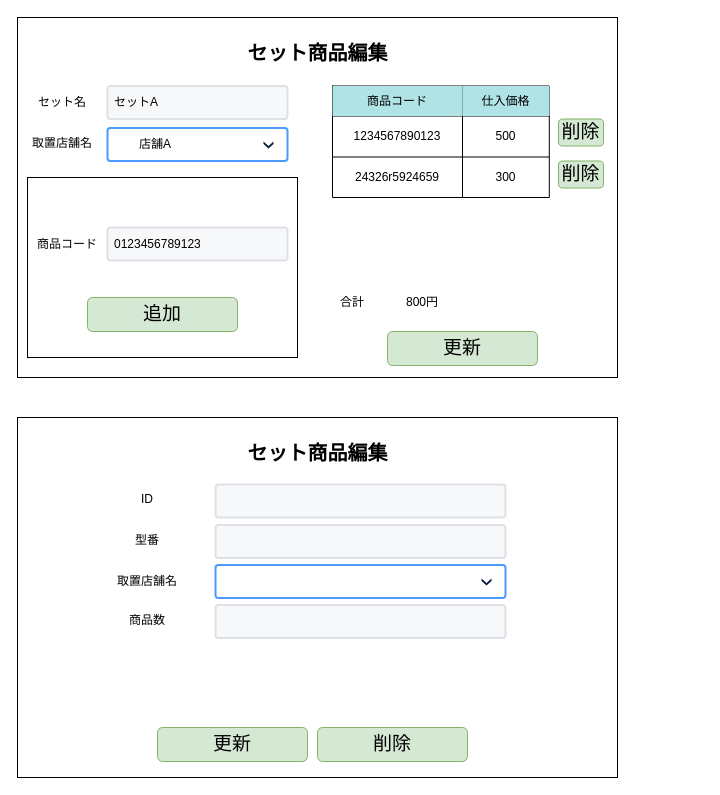
Earlier version of the draw.io diagram page "S07-04 セット商品編集" (4 of 4) of 各種設計書/6.画面設計書/S07_在庫.drawio (HaruShim/Sotuken). Source tidied: cells renumbered, new cells numbered last; positions are measured from the earlier drawing's top-left corner, leaving out a move shared by most shapes. Both pictures are drawn from the tidied source at 100%, with x=0, y=0 at pixel (17, 17).
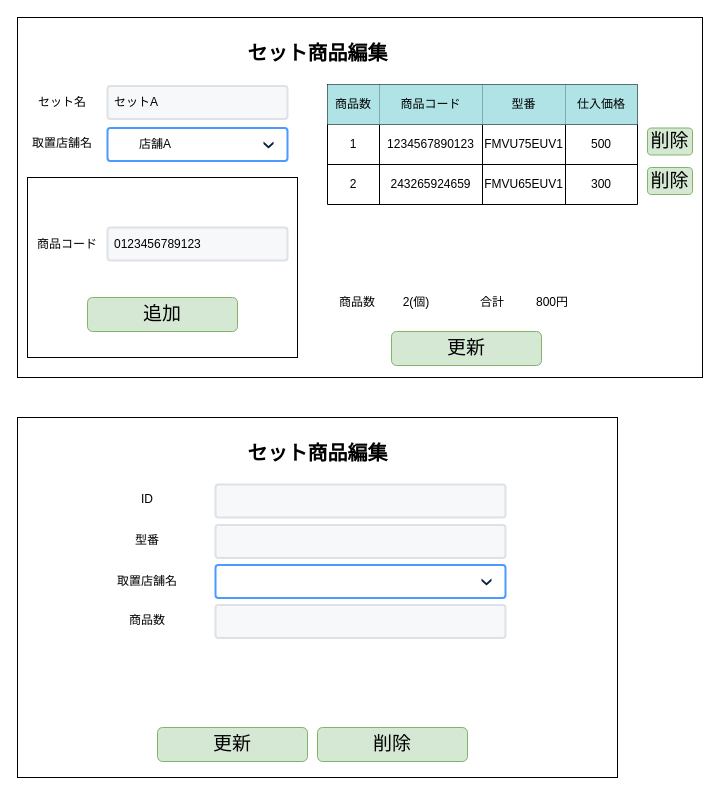
The same page after the edit.

Unchanged cells that the change refers to:
```xml
<mxCell id="11" value="店舗A" style="rounded=1;arcSize=9;fillColor=#ffffff;strokeColor=#4C9AFF;html=1;strokeWidth=2;spacingLeft=30;fontColor=#000000;align=left;" parent="1" vertex="1">
  <mxGeometry x="90" y="110.5" width="180" height="33" as="geometry" />
</mxCell>
```

What changed in the source:
```diff
@@
-    <mxCell id="2" style="rounded=0;whiteSpace=wrap;html=1;" parent="1" vertex="1">
-      <mxGeometry width="600" height="360" as="geometry" />
-    </mxCell>
+    <mxCell id="44" style="rounded=0;whiteSpace=wrap;html=1;" parent="1" vertex="1">
+      <mxGeometry width="685" height="360" as="geometry" />
+    </mxCell>
@@
     <mxCell id="4" value="&lt;span style=&quot;font-size: 19px&quot;&gt;更新&lt;/span&gt;" style="rounded=1;whiteSpace=wrap;html=1;align=center;labelBackgroundColor=none;fillColor=#d5e8d4;strokeColor=#82b366;" parent="1" vertex="1">
-      <mxGeometry x="370" y="314" width="150" height="34" as="geometry" />
+      <mxGeometry x="374" y="314" width="150" height="34" as="geometry" />
     </mxCell>
-    <mxCell id="5" style="rounded=0;whiteSpace=wrap;html=1;fillColor=none;" parent="1" vertex="1">
-      <mxGeometry x="10" y="160" width="270" height="180" as="geometry" />
-    </mxCell>
-    <mxCell id="6" value="&lt;span style=&quot;font-size: 19px&quot;&gt;追加&lt;/span&gt;" style="rounded=1;whiteSpace=wrap;html=1;align=center;labelBackgroundColor=none;fillColor=#d5e8d4;strokeColor=#82b366;" parent="1" vertex="1">
-      <mxGeometry x="70" y="280" width="150" height="34" as="geometry" />
-    </mxCell>
-    <mxCell id="7" style="rounded=0;whiteSpace=wrap;html=1;fillColor=none;" parent="1" vertex="1">
-      <mxGeometry x="10" y="160" width="270" height="180" as="geometry" />
-    </mxCell>
+    <mxCell id="45" style="rounded=0;whiteSpace=wrap;html=1;fillColor=none;" parent="1" vertex="1">
+      <mxGeometry x="10" y="160" width="270" height="180" as="geometry" />
+    </mxCell>
@@
-    <mxCell id="12" style="shape=step;whiteSpace=wrap;html=1;rounded=0;strokeColor=none;strokeWidth=2;fillColor=#0A1E43;gradientColor=none;fontFamily=Verdana;fontSize=14;fontColor=#000000;align=left;direction=south;size=0.65;" parent="11" vertex="1">
-      <mxGeometry x="1" y="0.5" width="10" height="7" relative="1" as="geometry">
-        <mxPoint x="-24" y="-3" as="offset" />
-      </mxGeometry>
-    </mxCell>
+    <mxCell id="46" style="shape=step;whiteSpace=wrap;html=1;rounded=0;strokeColor=none;strokeWidth=2;fillColor=#0A1E43;gradientColor=none;fontFamily=Verdana;fontSize=14;fontColor=#000000;align=left;direction=south;size=0.65;" parent="11" vertex="1">
+      <mxGeometry x="1" y="0.5" width="10" height="7" relative="1" as="geometry">
+        <mxPoint x="-24" y="-3" as="offset" />
+      </mxGeometry>
+    </mxCell>
+    <mxCell id="6" value="&lt;span style=&quot;font-size: 19px&quot;&gt;追加&lt;/span&gt;" style="rounded=1;whiteSpace=wrap;html=1;align=center;labelBackgroundColor=none;fillColor=#d5e8d4;strokeColor=#82b366;" parent="1" vertex="1">
+      <mxGeometry x="70" y="280" width="150" height="34" as="geometry" />
+    </mxCell>
@@
-    <mxCell id="15" style="shape=table;startSize=0;childLayout=tableLayout;" parent="1" vertex="1">
-      <mxGeometry x="315" y="68.5" width="216.8" height="111.5" as="geometry" />
-    </mxCell>
-    <mxCell id="16" style="shape=partialRectangle;fillColor=none;top=0;left=0;bottom=0;right=0;" parent="15" vertex="1">
-      <mxGeometry width="216.8" height="30" as="geometry" />
-    </mxCell>
-    <mxCell id="17" value="商品コード" style="shape=partialRectangle;html=1;whiteSpace=wrap;overflow=hidden;fillColor=#b0e3e6;top=0;left=0;bottom=0;right=0;strokeColor=#0e8088;" parent="16" vertex="1">
-      <mxGeometry width="130" height="30" as="geometry" />
-    </mxCell>
-    <mxCell id="18" value="仕入価格" style="shape=partialRectangle;html=1;whiteSpace=wrap;overflow=hidden;fillColor=#b0e3e6;top=0;left=0;bottom=0;right=0;strokeColor=#0e8088;" parent="16" vertex="1">
-      <mxGeometry x="130" width="87" height="30" as="geometry" />
-    </mxCell>
-    <mxCell id="19" style="shape=partialRectangle;fillColor=none;top=0;left=0;bottom=0;right=0;" parent="15" vertex="1">
-      <mxGeometry y="30" width="216.8" height="41" as="geometry" />
-    </mxCell>
-    <mxCell id="20" value="1234567890123" style="shape=partialRectangle;html=1;whiteSpace=wrap;overflow=hidden;fillColor=none;top=0;left=0;bottom=0;right=0;" parent="19" vertex="1">
-      <mxGeometry width="130" height="41" as="geometry" />
-    </mxCell>
-    <mxCell id="21" value="500" style="shape=partialRectangle;html=1;whiteSpace=wrap;overflow=hidden;fillColor=none;top=0;left=0;bottom=0;right=0;" parent="19" vertex="1">
-      <mxGeometry x="130" width="87" height="41" as="geometry" />
-    </mxCell>
-    <mxCell id="22" style="shape=partialRectangle;fillColor=none;top=0;left=0;bottom=0;right=0;" parent="15" vertex="1">
-      <mxGeometry y="71" width="216.8" height="41" as="geometry" />
-    </mxCell>
-    <mxCell id="23" value="24326r5924659" style="shape=partialRectangle;html=1;whiteSpace=wrap;overflow=hidden;fillColor=none;top=0;left=0;bottom=0;right=0;" parent="22" vertex="1">
-      <mxGeometry width="130" height="41" as="geometry" />
-    </mxCell>
-    <mxCell id="24" value="300" style="shape=partialRectangle;html=1;whiteSpace=wrap;overflow=hidden;fillColor=none;top=0;left=0;bottom=0;right=0;" parent="22" vertex="1">
-      <mxGeometry x="130" width="87" height="41" as="geometry" />
-    </mxCell>
     <mxCell id="25" value="合計" style="text;html=1;strokeColor=none;fillColor=none;align=center;verticalAlign=middle;whiteSpace=wrap;rounded=0;" parent="1" vertex="1">
-      <mxGeometry x="310" y="270" width="50" height="30" as="geometry" />
+      <mxGeometry x="450" y="270" width="50" height="30" as="geometry" />
     </mxCell>
     <mxCell id="26" value="800円" style="text;html=1;strokeColor=none;fillColor=none;align=center;verticalAlign=middle;whiteSpace=wrap;rounded=0;" parent="1" vertex="1">
-      <mxGeometry x="380" y="270" width="50" height="30" as="geometry" />
+      <mxGeometry x="510" y="270" width="50" height="30" as="geometry" />
     </mxCell>
-    <mxCell id="27" value="&lt;span style=&quot;font-size: 19px&quot;&gt;削除&lt;/span&gt;" style="rounded=1;whiteSpace=wrap;html=1;align=center;labelBackgroundColor=none;fillColor=#d5e8d4;strokeColor=#82b366;" parent="1" vertex="1">
-      <mxGeometry x="541" y="101.5" width="45" height="27" as="geometry" />
-    </mxCell>
-    <mxCell id="28" value="&lt;span style=&quot;font-size: 19px&quot;&gt;削除&lt;/span&gt;" style="rounded=1;whiteSpace=wrap;html=1;align=center;labelBackgroundColor=none;fillColor=#d5e8d4;strokeColor=#82b366;" parent="1" vertex="1">
-      <mxGeometry x="541" y="143.5" width="45" height="27" as="geometry" />
-    </mxCell>
+    <mxCell id="47" value="&lt;span style=&quot;font-size: 19px&quot;&gt;削除&lt;/span&gt;" style="rounded=1;whiteSpace=wrap;html=1;align=center;labelBackgroundColor=none;fillColor=#d5e8d4;strokeColor=#82b366;" parent="1" vertex="1">
+      <mxGeometry x="630" y="110.5" width="45" height="27" as="geometry" />
+    </mxCell>
+    <mxCell id="48" value="&lt;span style=&quot;font-size: 19px&quot;&gt;削除&lt;/span&gt;" style="rounded=1;whiteSpace=wrap;html=1;align=center;labelBackgroundColor=none;fillColor=#d5e8d4;strokeColor=#82b366;" parent="1" vertex="1">
+      <mxGeometry x="630" y="150" width="45" height="27" as="geometry" />
+    </mxCell>
+    <mxCell id="49" value="商品数" style="text;html=1;strokeColor=none;fillColor=none;align=center;verticalAlign=middle;whiteSpace=wrap;rounded=0;" parent="1" vertex="1">
+      <mxGeometry x="315" y="270" width="50" height="30" as="geometry" />
+    </mxCell>
+    <mxCell id="50" value="2(個)" style="text;html=1;strokeColor=none;fillColor=none;align=center;verticalAlign=middle;whiteSpace=wrap;rounded=0;" parent="1" vertex="1">
+      <mxGeometry x="374" y="270" width="50" height="30" as="geometry" />
+    </mxCell>
+    <mxCell id="51" style="shape=table;startSize=0;childLayout=tableLayout;" parent="1" vertex="1">
+      <mxGeometry x="310" y="67" width="310" height="120" as="geometry" />
+    </mxCell>
+    <mxCell id="52" style="shape=partialRectangle;fillColor=none;top=0;left=0;bottom=0;right=0;" parent="51" vertex="1">
+      <mxGeometry width="310" height="40" as="geometry" />
+    </mxCell>
+    <mxCell id="53" value="商品数" style="shape=partialRectangle;html=1;whiteSpace=wrap;overflow=hidden;fillColor=#b0e3e6;top=0;left=0;bottom=0;right=0;strokeColor=#0e8088;" parent="52" vertex="1">
+      <mxGeometry width="52" height="40" as="geometry" />
+    </mxCell>
+    <mxCell id="17" value="商品コード" style="shape=partialRectangle;html=1;whiteSpace=wrap;overflow=hidden;fillColor=#b0e3e6;top=0;left=0;bottom=0;right=0;strokeColor=#0e8088;" parent="52" vertex="1">
+      <mxGeometry x="52" width="103" height="40" as="geometry" />
+    </mxCell>
+    <mxCell id="54" value="型番" style="shape=partialRectangle;html=1;whiteSpace=wrap;overflow=hidden;fillColor=#b0e3e6;top=0;left=0;bottom=0;right=0;strokeColor=#0e8088;" parent="52" vertex="1">
+      <mxGeometry x="155" width="83" height="40" as="geometry" />
+    </mxCell>
+    <mxCell id="18" value="仕入価格" style="shape=partialRectangle;html=1;whiteSpace=wrap;overflow=hidden;fillColor=#b0e3e6;top=0;left=0;bottom=0;right=0;strokeColor=#0e8088;" parent="52" vertex="1">
+      <mxGeometry x="238" width="72" height="40" as="geometry" />
+    </mxCell>
+    <mxCell id="55" style="shape=partialRectangle;fillColor=none;top=0;left=0;bottom=0;right=0;" parent="51" vertex="1">
+      <mxGeometry y="40" width="310" height="40" as="geometry" />
+    </mxCell>
+    <mxCell id="56" value="1" style="shape=partialRectangle;html=1;whiteSpace=wrap;overflow=hidden;fillColor=none;top=0;left=0;bottom=0;right=0;" parent="55" vertex="1">
+      <mxGeometry width="52" height="40" as="geometry" />
+    </mxCell>
+    <mxCell id="20" value="&lt;span&gt;1234567890123&lt;/span&gt;" style="shape=partialRectangle;html=1;whiteSpace=wrap;overflow=hidden;fillColor=none;top=0;left=0;bottom=0;right=0;" parent="55" vertex="1">
+      <mxGeometry x="52" width="103" height="40" as="geometry" />
+    </mxCell>
+    <mxCell id="57" value="&lt;span&gt;FMVU75EUV1&lt;/span&gt;" style="shape=partialRectangle;html=1;whiteSpace=wrap;overflow=hidden;fillColor=none;top=0;left=0;bottom=0;right=0;" parent="55" vertex="1">
+      <mxGeometry x="155" width="83" height="40" as="geometry" />
+    </mxCell>
+    <mxCell id="21" value="500" style="shape=partialRectangle;html=1;whiteSpace=wrap;overflow=hidden;fillColor=none;top=0;left=0;bottom=0;right=0;" parent="55" vertex="1">
+      <mxGeometry x="238" width="72" height="40" as="geometry" />
+    </mxCell>
+    <mxCell id="58" style="shape=partialRectangle;fillColor=none;top=0;left=0;bottom=0;right=0;" parent="51" vertex="1">
+      <mxGeometry y="80" width="310" height="40" as="geometry" />
+    </mxCell>
+    <mxCell id="59" value="2" style="shape=partialRectangle;html=1;whiteSpace=wrap;overflow=hidden;fillColor=none;top=0;left=0;bottom=0;right=0;" parent="58" vertex="1">
+      <mxGeometry width="52" height="40" as="geometry" />
+    </mxCell>
+    <mxCell id="60" value="&lt;span&gt;243265924659&lt;/span&gt;" style="shape=partialRectangle;html=1;whiteSpace=wrap;overflow=hidden;fillColor=none;top=0;left=0;bottom=0;right=0;" parent="58" vertex="1">
+      <mxGeometry x="52" width="103" height="40" as="geometry" />
+    </mxCell>
+    <mxCell id="61" value="&lt;span&gt;FMVU65EUV1&lt;/span&gt;" style="shape=partialRectangle;html=1;whiteSpace=wrap;overflow=hidden;fillColor=none;top=0;left=0;bottom=0;right=0;" parent="58" vertex="1">
+      <mxGeometry x="155" width="83" height="40" as="geometry" />
+    </mxCell>
+    <mxCell id="24" value="300" style="shape=partialRectangle;html=1;whiteSpace=wrap;overflow=hidden;fillColor=none;top=0;left=0;bottom=0;right=0;" parent="58" vertex="1">
+      <mxGeometry x="238" width="72" height="40" as="geometry" />
+    </mxCell>
```
